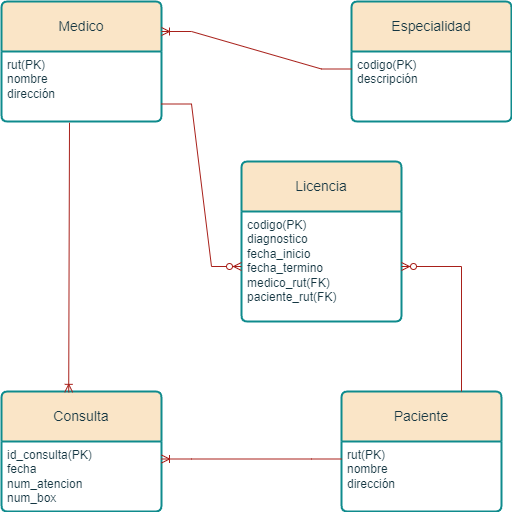
Earlier version of the draw.io export Dia12/Desafio4.png (Najla-gf/M5_BASEDATOS). Source tidied: cells renumbered, new cells last; positions are measured from the earlier drawing's top-left corner, leaving out a move shared by most shapes.
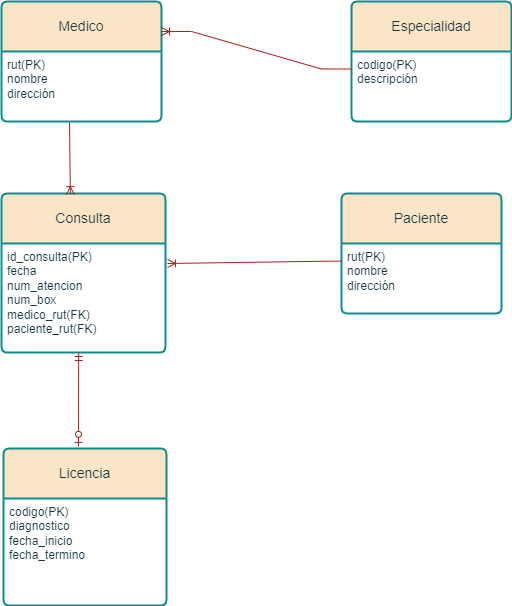
Later version of the same file.

Commit message:
corrección desafio 4 - diagrama

What changed in the source:
```diff
@@ -15,13 +15,13 @@
       <mxGeometry y="50" width="160" height="70" as="geometry" />
     </mxCell>
     <mxCell id="6" value="Consulta" style="swimlane;horizontal=1;startSize=50;rounded=1;fontSize=14;fontStyle=0;strokeWidth=2;shadow=0;dashed=0;align=center;arcSize=4;whiteSpace=wrap;html=1;labelBackgroundColor=none;fillColor=#FAE5C7;strokeColor=#0F8B8D;fontColor=#143642;" parent="1" vertex="1">
-      <mxGeometry y="390" width="160" height="120" as="geometry" />
+      <mxGeometry y="192" width="164" height="159" as="geometry" />
     </mxCell>
-    <mxCell id="7" value="&lt;div&gt;id_consulta(PK)&lt;/div&gt;&lt;div&gt;fecha&lt;/div&gt;&lt;div&gt;num_atencion&lt;br&gt;&lt;/div&gt;&lt;div&gt;&lt;span style=&quot;background-color: initial;&quot;&gt;num_box&lt;/span&gt;&lt;br&gt;&lt;/div&gt;" style="align=left;strokeColor=none;fillColor=none;spacingLeft=4;fontSize=12;verticalAlign=top;html=1;labelBackgroundColor=none;fontColor=#143642;" parent="6" vertex="1">
-      <mxGeometry y="50" width="160" height="70" as="geometry" />
+    <mxCell id="7" value="&lt;div&gt;id_consulta(PK)&lt;/div&gt;&lt;div&gt;fecha&lt;/div&gt;&lt;div&gt;num_atencion&lt;br&gt;&lt;/div&gt;&lt;div&gt;&lt;span style=&quot;background-color: initial;&quot;&gt;num_box&lt;/span&gt;&lt;br&gt;&lt;/div&gt;&lt;div&gt;&lt;div&gt;medico_rut(FK)&lt;/div&gt;&lt;div&gt;paciente_rut(FK)&lt;/div&gt;&lt;/div&gt;" style="align=left;strokeColor=none;fillColor=none;spacingLeft=4;fontSize=12;verticalAlign=top;html=1;labelBackgroundColor=none;fontColor=#143642;" parent="6" vertex="1">
+      <mxGeometry y="50" width="164" height="109" as="geometry" />
     </mxCell>
     <mxCell id="8" value="Paciente" style="swimlane;horizontal=1;startSize=50;rounded=1;fontSize=14;fontStyle=0;strokeWidth=2;shadow=0;dashed=0;align=center;arcSize=4;whiteSpace=wrap;html=1;labelBackgroundColor=none;fillColor=#FAE5C7;strokeColor=#0F8B8D;fontColor=#143642;" parent="1" vertex="1">
-      <mxGeometry x="340" y="390" width="160" height="120" as="geometry" />
+      <mxGeometry x="340" y="192" width="160" height="120" as="geometry" />
     </mxCell>
     <mxCell id="9" value="rut(PK)&lt;div&gt;nombre&lt;br&gt;dirección&lt;/div&gt;" style="align=left;strokeColor=none;fillColor=none;spacingLeft=4;fontSize=12;verticalAlign=top;html=1;labelBackgroundColor=none;fontColor=#143642;" parent="8" vertex="1">
       <mxGeometry y="50" width="160" height="70" as="geometry" />
@@ -33,27 +33,25 @@
         </Array>
       </mxGeometry>
     </mxCell>
-    <mxCell id="11" style="edgeStyle=entityRelationEdgeStyle;fontSize=12;html=1;endArrow=ERoneToMany;rounded=0;exitX=0;exitY=0.25;exitDx=0;exitDy=0;entryX=1;entryY=0.25;entryDx=0;entryDy=0;labelBackgroundColor=none;strokeColor=#A8201A;fontColor=default;" parent="1" edge="1" source="9" target="7">
-      <mxGeometry relative="1" as="geometry" />
+    <mxCell id="11" style="fontSize=12;html=1;endArrow=ERoneToMany;rounded=0;exitX=0;exitY=0.25;exitDx=0;exitDy=0;labelBackgroundColor=none;strokeColor=#A8201A;fontColor=default;" parent="1" edge="1" source="9">
+      <mxGeometry relative="1" as="geometry">
+        <mxPoint x="166" y="262" as="targetPoint" />
+      </mxGeometry>
     </mxCell>
     <mxCell id="12" value="Licencia" style="swimlane;horizontal=1;startSize=50;rounded=1;fontSize=14;fontStyle=0;strokeWidth=2;shadow=0;dashed=0;align=center;arcSize=4;whiteSpace=wrap;html=1;labelBackgroundColor=none;fillColor=#FAE5C7;strokeColor=#0F8B8D;fontColor=#143642;" parent="1" vertex="1">
-      <mxGeometry x="240" y="160" width="160" height="160" as="geometry" />
+      <mxGeometry x="2" y="447" width="163" height="157" as="geometry" />
     </mxCell>
-    <mxCell id="13" value="codigo(PK)&lt;div&gt;diagnostico&lt;/div&gt;&lt;div&gt;fecha_inicio&lt;/div&gt;&lt;div&gt;fecha_termino&lt;/div&gt;&lt;div&gt;medico_rut(FK)&lt;/div&gt;&lt;div&gt;paciente_rut(FK)&lt;/div&gt;" style="align=left;strokeColor=none;fillColor=none;spacingLeft=4;fontSize=12;verticalAlign=top;html=1;labelBackgroundColor=none;fontColor=#143642;" parent="12" vertex="1">
-      <mxGeometry y="50" width="160" height="110" as="geometry" />
+    <mxCell id="13" value="codigo(PK)&lt;div&gt;diagnostico&lt;/div&gt;&lt;div&gt;fecha_inicio&lt;/div&gt;&lt;div&gt;fecha_termino&lt;/div&gt;&lt;div&gt;&lt;br&gt;&lt;/div&gt;" style="align=left;strokeColor=none;fillColor=none;spacingLeft=4;fontSize=12;verticalAlign=top;html=1;labelBackgroundColor=none;fontColor=#143642;" parent="12" vertex="1">
+      <mxGeometry y="50" width="163" height="107" as="geometry" />
     </mxCell>
-    <mxCell id="14" style="edgeStyle=entityRelationEdgeStyle;fontSize=12;html=1;endArrow=ERzeroToMany;endFill=1;rounded=0;exitX=1;exitY=0.75;exitDx=0;exitDy=0;entryX=0;entryY=0.5;entryDx=0;entryDy=0;labelBackgroundColor=none;strokeColor=#A8201A;fontColor=default;" parent="1" edge="1" source="3" target="13">
-      <mxGeometry relative="1" as="geometry" />
-    </mxCell>
-    <mxCell id="15" style="fontSize=12;html=1;endArrow=ERzeroToMany;endFill=1;rounded=0;exitX=0.75;exitY=0;exitDx=0;exitDy=0;entryX=1;entryY=0.5;entryDx=0;entryDy=0;labelBackgroundColor=none;strokeColor=#A8201A;fontColor=default;" parent="1" edge="1" source="8" target="13">
-      <mxGeometry relative="1" as="geometry">
-        <Array as="points">
-          <mxPoint x="460" y="265" />
-        </Array>
-      </mxGeometry>
-    </mxCell>
     <mxCell id="16" style="fontSize=12;html=1;endArrow=ERoneToMany;rounded=0;exitX=0.425;exitY=1.017;exitDx=0;exitDy=0;exitPerimeter=0;entryX=0.42;entryY=0.007;entryDx=0;entryDy=0;entryPerimeter=0;labelBackgroundColor=none;strokeColor=#A8201A;fontColor=default;" parent="1" edge="1" source="3" target="6">
       <mxGeometry relative="1" as="geometry" />
     </mxCell>
+    <mxCell id="17" style="fontSize=12;html=1;endArrow=ERzeroToOne;startArrow=ERmandOne;rounded=0;exitX=0.75;exitY=1;exitDx=0;exitDy=0;strokeColor=#A8201A;" parent="1" edge="1">
+      <mxGeometry relative="1" as="geometry">
+        <mxPoint x="77.2" y="351" as="sourcePoint" />
+        <mxPoint x="77" y="444.9" as="targetPoint" />
+      </mxGeometry>
+    </mxCell>
   </root>
 </mxGraphModel>
```
